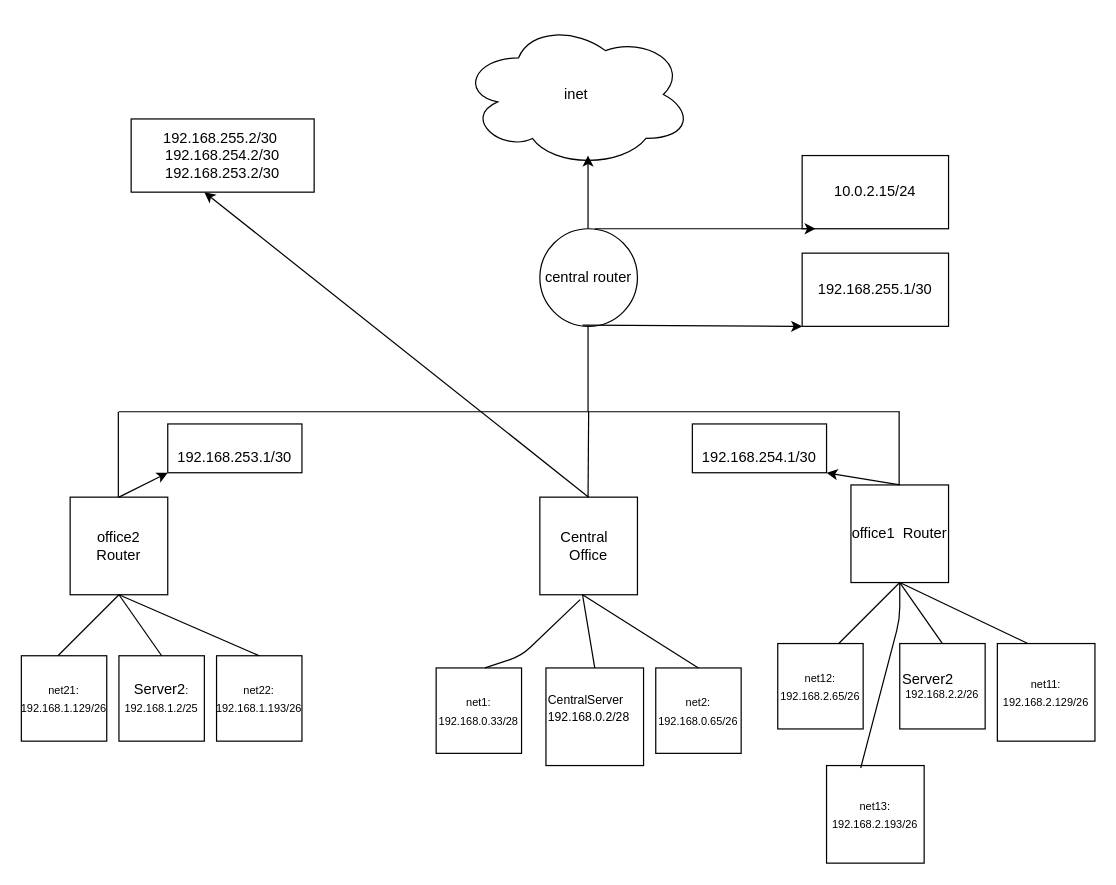
This is Lesson_25_Network/Lessson_25.drawio from pogosyan-it/otus-linux, a draw.io file, before an edit. Source tidied: cells renumbered, new cells numbered last; positions are measured from the earlier drawing's top-left corner, leaving out a move shared by most shapes. Both pictures are drawn from the tidied source at 122%, with x=0, y=0 at pixel (21, 21).
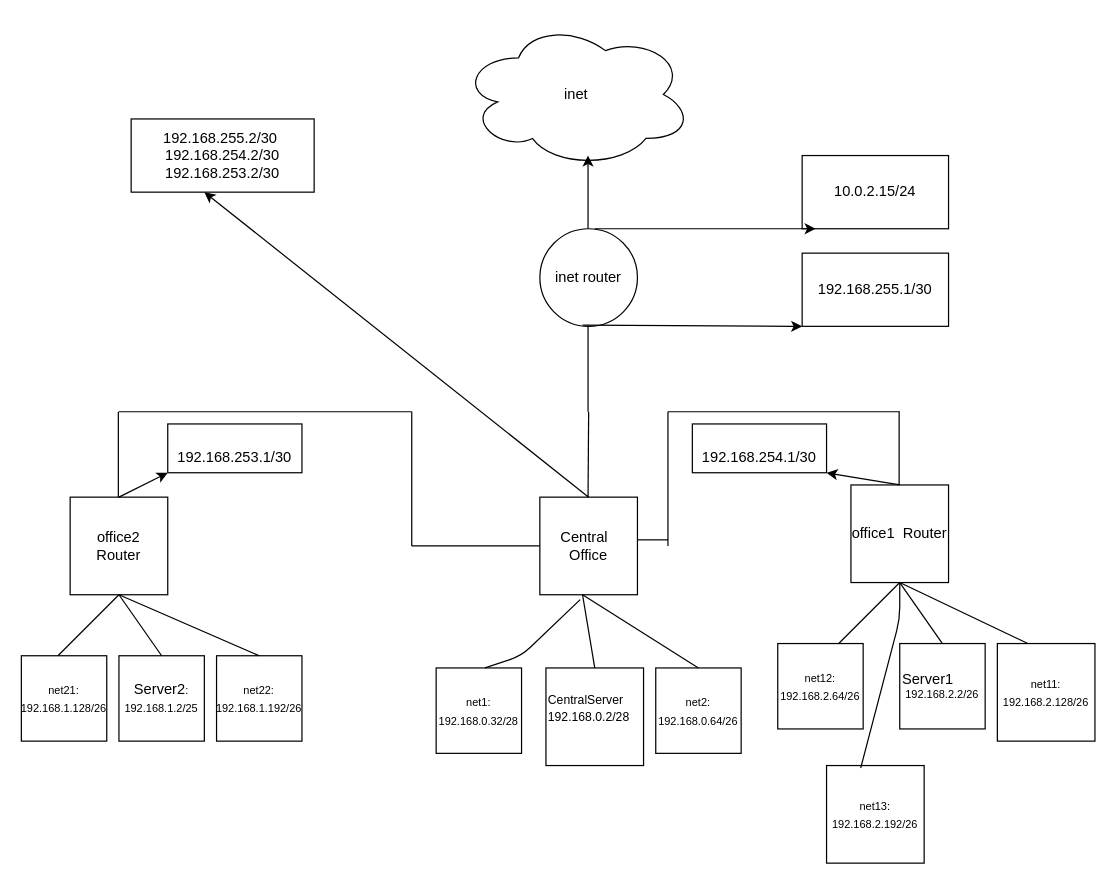
After the change.

Unchanged cells that the change refers to:
```xml
<mxCell id="11" value="Central&amp;nbsp;&amp;nbsp; Office" style="whiteSpace=wrap;html=1;" parent="1" vertex="1">
  <mxGeometry x="425" y="390" width="80" height="80" as="geometry" />
</mxCell>
```

What changed in the source:
```diff
@@
-    <mxCell id="4" value="central router" style="ellipse;whiteSpace=wrap;html=1;" parent="1" vertex="1">
+    <mxCell id="4" value="inet router" style="ellipse;whiteSpace=wrap;html=1;" parent="1" vertex="1">
       <mxGeometry x="425" y="170" width="80" height="80" as="geometry" />
     </mxCell>
@@
     <mxCell id="7" style="endArrow=none;html=1;" parent="1" edge="1">
       <mxGeometry relative="1" as="geometry">
         <mxPoint x="80" y="320" as="sourcePoint" />
-        <mxPoint x="720" y="320" as="targetPoint" />
+        <mxPoint x="320" y="320" as="targetPoint" />
       </mxGeometry>
     </mxCell>
@@
-    <mxCell id="15" value="&lt;font style=&quot;font-size: 9px&quot;&gt;net21: 192.168.1.129/26&lt;/font&gt;" style="whiteSpace=wrap;html=1;" parent="1" vertex="1">
+    <mxCell id="15" value="&lt;font style=&quot;font-size: 9px&quot;&gt;net21: 192.168.1.128/26&lt;/font&gt;" style="whiteSpace=wrap;html=1;" parent="1" vertex="1">
       <mxGeometry y="520" width="70" height="70" as="geometry" />
     </mxCell>
-    <mxCell id="16" value="&lt;font style=&quot;font-size: 9px&quot;&gt;net22: 192.168.1.193/26&lt;/font&gt;" style="whiteSpace=wrap;html=1;" parent="1" vertex="1">
+    <mxCell id="16" value="&lt;font style=&quot;font-size: 9px&quot;&gt;net22: 192.168.1.192/26&lt;/font&gt;" style="whiteSpace=wrap;html=1;" parent="1" vertex="1">
       <mxGeometry x="160" y="520" width="70" height="70" as="geometry" />
     </mxCell>
@@
-    <mxCell id="20" value="&lt;div&gt;Server2&amp;nbsp;&amp;nbsp;&amp;nbsp;&amp;nbsp;&amp;nbsp;&amp;nbsp;&amp;nbsp; &lt;br&gt;&lt;/div&gt;&lt;div style=&quot;font-size: 9px&quot;&gt;192.168.2.2/26&lt;br&gt;&lt;/div&gt;" style="whiteSpace=wrap;html=1;" parent="1" vertex="1">
+    <mxCell id="20" value="&lt;div&gt;Server1 &amp;nbsp;&amp;nbsp;&amp;nbsp;&amp;nbsp;&amp;nbsp;&amp;nbsp; &lt;br&gt;&lt;/div&gt;&lt;div style=&quot;font-size: 9px&quot;&gt;192.168.2.2/26&lt;br&gt;&lt;/div&gt;" style="whiteSpace=wrap;html=1;" parent="1" vertex="1">
       <mxGeometry x="720" y="510" width="70" height="70" as="geometry" />
     </mxCell>
@@
-    <mxCell id="23" value="&lt;font style=&quot;font-size: 9px&quot;&gt;net12: 192.168.2.65/26&lt;/font&gt;" style="whiteSpace=wrap;html=1;" parent="1" vertex="1">
+    <mxCell id="23" value="&lt;font style=&quot;font-size: 9px&quot;&gt;net12: 192.168.2.64/26&lt;/font&gt;" style="whiteSpace=wrap;html=1;" parent="1" vertex="1">
       <mxGeometry x="620" y="510" width="70" height="70" as="geometry" />
     </mxCell>
-    <mxCell id="24" value="&lt;font style=&quot;font-size: 9px&quot;&gt;net11: 192.168.2.129/26&lt;/font&gt;" style="whiteSpace=wrap;html=1;" parent="1" vertex="1">
+    <mxCell id="24" value="&lt;font style=&quot;font-size: 9px&quot;&gt;net11: 192.168.2.128/26&lt;/font&gt;" style="whiteSpace=wrap;html=1;" parent="1" vertex="1">
       <mxGeometry x="800" y="510" width="80" height="80" as="geometry" />
     </mxCell>
-    <mxCell id="25" value="&lt;font style=&quot;font-size: 9px&quot;&gt;net13: 192.168.2.193/26&lt;/font&gt;" style="whiteSpace=wrap;html=1;" parent="1" vertex="1">
+    <mxCell id="25" value="&lt;font style=&quot;font-size: 9px&quot;&gt;net13: 192.168.2.192/26&lt;/font&gt;" style="whiteSpace=wrap;html=1;" parent="1" vertex="1">
       <mxGeometry x="660" y="610" width="80" height="80" as="geometry" />
     </mxCell>
@@
-    <mxCell id="28" value="&lt;font style=&quot;font-size: 9px&quot;&gt;net1: 192.168.0.33/28&lt;/font&gt;" style="whiteSpace=wrap;html=1;" parent="1" vertex="1">
+    <mxCell id="28" value="&lt;font style=&quot;font-size: 9px&quot;&gt;net1: 192.168.0.32/28&lt;/font&gt;" style="whiteSpace=wrap;html=1;" parent="1" vertex="1">
       <mxGeometry x="340" y="530" width="70" height="70" as="geometry" />
     </mxCell>
-    <mxCell id="29" value="&lt;font style=&quot;font-size: 9px&quot;&gt;net2: 192.168.0.65/26&lt;/font&gt;" style="whiteSpace=wrap;html=1;" parent="1" vertex="1">
+    <mxCell id="29" value="&lt;font style=&quot;font-size: 9px&quot;&gt;net2: 192.168.0.64/26&lt;/font&gt;" style="whiteSpace=wrap;html=1;" parent="1" vertex="1">
       <mxGeometry x="520" y="530" width="70" height="70" as="geometry" />
     </mxCell>
@@
+    <mxCell id="43" style="endArrow=none;html=1;" parent="1" edge="1">
+      <mxGeometry relative="1" as="geometry">
+        <mxPoint x="320" y="430" as="sourcePoint" />
+        <mxPoint x="320" y="320" as="targetPoint" />
+      </mxGeometry>
+    </mxCell>
+    <mxCell id="44" style="endArrow=none;html=1;entryX=0;entryY=0.5;entryDx=0;entryDy=0;" parent="1" edge="1" target="11">
+      <mxGeometry relative="1" as="geometry">
+        <mxPoint x="320" y="430" as="sourcePoint" />
+      </mxGeometry>
+    </mxCell>
+    <mxCell id="45" style="endArrow=none;html=1;" parent="1" edge="1">
+      <mxGeometry relative="1" as="geometry">
+        <mxPoint x="720" y="320" as="sourcePoint" />
+        <mxPoint x="530" y="320" as="targetPoint" />
+      </mxGeometry>
+    </mxCell>
+    <mxCell id="46" style="endArrow=none;html=1;" parent="1" edge="1">
+      <mxGeometry relative="1" as="geometry">
+        <mxPoint x="530" y="430" as="sourcePoint" />
+        <mxPoint x="530" y="320" as="targetPoint" />
+      </mxGeometry>
+    </mxCell>
+    <mxCell id="47" style="endArrow=none;html=1;" parent="1" edge="1">
+      <mxGeometry relative="1" as="geometry">
+        <mxPoint x="505" y="425" as="sourcePoint" />
+        <mxPoint x="530" y="425" as="targetPoint" />
+      </mxGeometry>
+    </mxCell>
```
